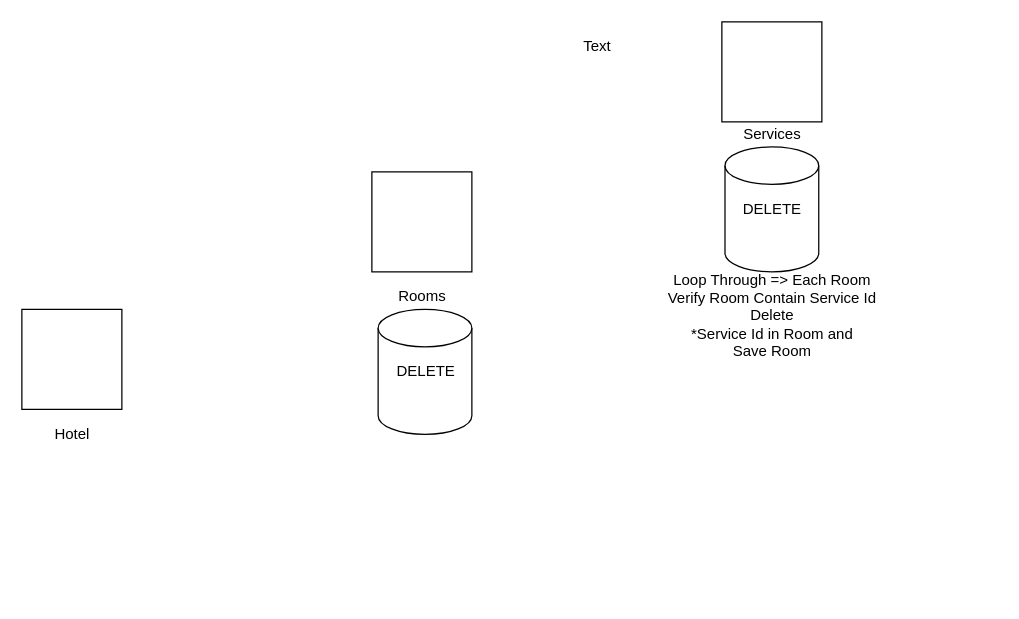
Before: Untitled Diagram.drawio in appsdevers/portfolio, a draw.io diagram. Source tidied: cells renumbered, new cells numbered last; positions are measured from the earlier drawing's top-left corner, leaving out a move shared by most shapes. Both pictures are drawn from the tidied source at 125%, with x=0, y=0 at pixel (21, 21).
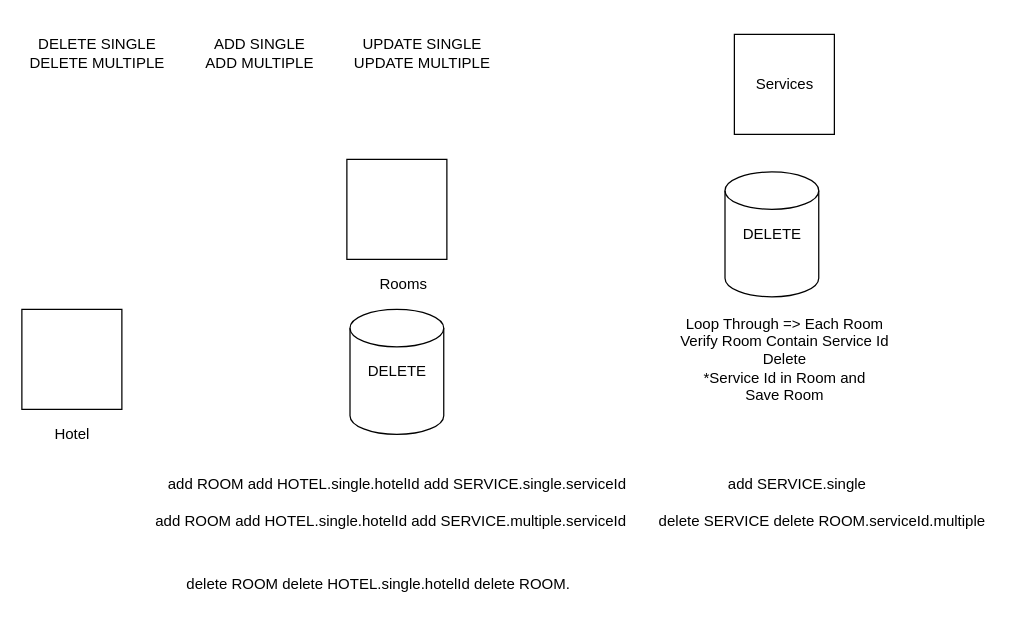
After the change.

Change to the diagram source:
```diff
@@
     <mxCell id="2" style="whiteSpace=wrap;html=1;" parent="1" vertex="1">
-      <mxGeometry x="560" width="80" height="80" as="geometry" />
+      <mxGeometry x="570" y="10" width="80" height="80" as="geometry" />
     </mxCell>
     <mxCell id="3" value="Services&lt;br&gt;" style="text;html=1;align=center;verticalAlign=middle;strokeColor=none;fillColor=none;" parent="1" vertex="1">
-      <mxGeometry x="570" y="80" width="60" height="20" as="geometry" />
+      <mxGeometry x="580" y="40" width="60" height="20" as="geometry" />
     </mxCell>
     <mxCell id="4" style="whiteSpace=wrap;html=1;" parent="1" vertex="1">
-      <mxGeometry x="280" y="120" width="80" height="80" as="geometry" />
+      <mxGeometry x="260" y="110" width="80" height="80" as="geometry" />
     </mxCell>
@@
     <mxCell id="6" value="Rooms&lt;br&gt;" style="text;html=1;align=center;verticalAlign=middle;strokeColor=none;fillColor=none;" parent="1" vertex="1">
-      <mxGeometry x="295" y="210" width="50" height="20" as="geometry" />
+      <mxGeometry x="280" y="200" width="50" height="20" as="geometry" />
     </mxCell>
@@
     <mxCell id="8" style="shape=cylinder3;whiteSpace=wrap;html=1;boundedLbl=1;backgroundOutline=1;size=15;" parent="1" vertex="1">
-      <mxGeometry x="285" y="230" width="75" height="100" as="geometry" />
+      <mxGeometry x="262.5" y="230" width="75" height="100" as="geometry" />
     </mxCell>
     <mxCell id="9" value="DELETE&lt;br&gt;" style="text;html=1;align=center;verticalAlign=middle;strokeColor=none;fillColor=none;" parent="1" vertex="1">
-      <mxGeometry x="292.5" y="270" width="60" height="20" as="geometry" />
+      <mxGeometry x="270" y="270" width="60" height="20" as="geometry" />
     </mxCell>
     <mxCell id="10" style="shape=cylinder3;whiteSpace=wrap;html=1;boundedLbl=1;backgroundOutline=1;size=15;" parent="1" vertex="1">
-      <mxGeometry x="562.5" y="100" width="75" height="100" as="geometry" />
+      <mxGeometry x="562.5" y="120" width="75" height="100" as="geometry" />
     </mxCell>
     <mxCell id="11" value="DELETE" style="text;html=1;align=center;verticalAlign=middle;strokeColor=none;fillColor=none;" parent="1" vertex="1">
-      <mxGeometry x="570" y="140" width="60" height="20" as="geometry" />
+      <mxGeometry x="570" y="160" width="60" height="20" as="geometry" />
     </mxCell>
     <mxCell id="12" value="Loop Through =&amp;gt; Each Room&lt;br&gt;Verify Room Contain Service Id&lt;br&gt;Delete &lt;br&gt;*Service Id in Room and&lt;br&gt;Save Room&lt;br&gt;" style="text;html=1;align=center;verticalAlign=middle;strokeColor=none;fillColor=none;" parent="1" vertex="1">
-      <mxGeometry x="510" y="195" width="180" height="80" as="geometry" />
+      <mxGeometry x="520" y="230" width="180" height="80" as="geometry" />
     </mxCell>
-    <mxCell id="13" value="Text" style="text;html=1;align=center;verticalAlign=middle;strokeColor=none;fillColor=none;" parent="1" vertex="1">
-      <mxGeometry x="440" y="10" width="40" height="20" as="geometry" />
-    </mxCell>
+    <mxCell id="14" value="DELETE SINGLE&lt;br&gt;DELETE MULTIPLE&lt;br&gt;" style="text;html=1;align=center;verticalAlign=middle;strokeColor=none;fillColor=none;" parent="1" vertex="1">
+      <mxGeometry y="10" width="120" height="30" as="geometry" />
+    </mxCell>
+    <mxCell id="15" value="ADD SINGLE&lt;br&gt;ADD MULTIPLE&lt;br&gt;" style="text;html=1;align=center;verticalAlign=middle;strokeColor=none;fillColor=none;" parent="1" vertex="1">
+      <mxGeometry x="140" y="10" width="100" height="30" as="geometry" />
+    </mxCell>
+    <mxCell id="16" value="UPDATE SINGLE&lt;br&gt;UPDATE MULTIPLE&lt;br&gt;" style="text;html=1;align=center;verticalAlign=middle;strokeColor=none;fillColor=none;" parent="1" vertex="1">
+      <mxGeometry x="260" y="10" width="120" height="30" as="geometry" />
+    </mxCell>
+    <mxCell id="17" value="add ROOM add HOTEL.single.hotelId&amp;nbsp;add SERVICE.single.serviceId" style="text;html=1;align=center;verticalAlign=middle;strokeColor=none;fillColor=none;" parent="1" vertex="1">
+      <mxGeometry x="110" y="360" width="380" height="20" as="geometry" />
+    </mxCell>
+    <mxCell id="18" value="add ROOM add HOTEL.single.hotelId add SERVICE.multiple.serviceId" style="text;html=1;align=center;verticalAlign=middle;strokeColor=none;fillColor=none;" parent="1" vertex="1">
+      <mxGeometry x="100" y="390" width="390" height="20" as="geometry" />
+    </mxCell>
+    <mxCell id="19" value="delete ROOM delete HOTEL.single.hotelId delete ROOM." style="text;html=1;align=center;verticalAlign=middle;strokeColor=none;fillColor=none;" parent="1" vertex="1">
+      <mxGeometry x="125" y="440" width="320" height="20" as="geometry" />
+    </mxCell>
+    <mxCell id="20" value="add SERVICE.single&lt;br&gt;" style="text;html=1;align=center;verticalAlign=middle;strokeColor=none;fillColor=none;" parent="1" vertex="1">
+      <mxGeometry x="555" y="360" width="130" height="20" as="geometry" />
+    </mxCell>
+    <mxCell id="21" value="delete SERVICE delete ROOM.serviceId.multiple" style="text;html=1;align=center;verticalAlign=middle;strokeColor=none;fillColor=none;" parent="1" vertex="1">
+      <mxGeometry x="500" y="390" width="280" height="20" as="geometry" />
+    </mxCell>
```
